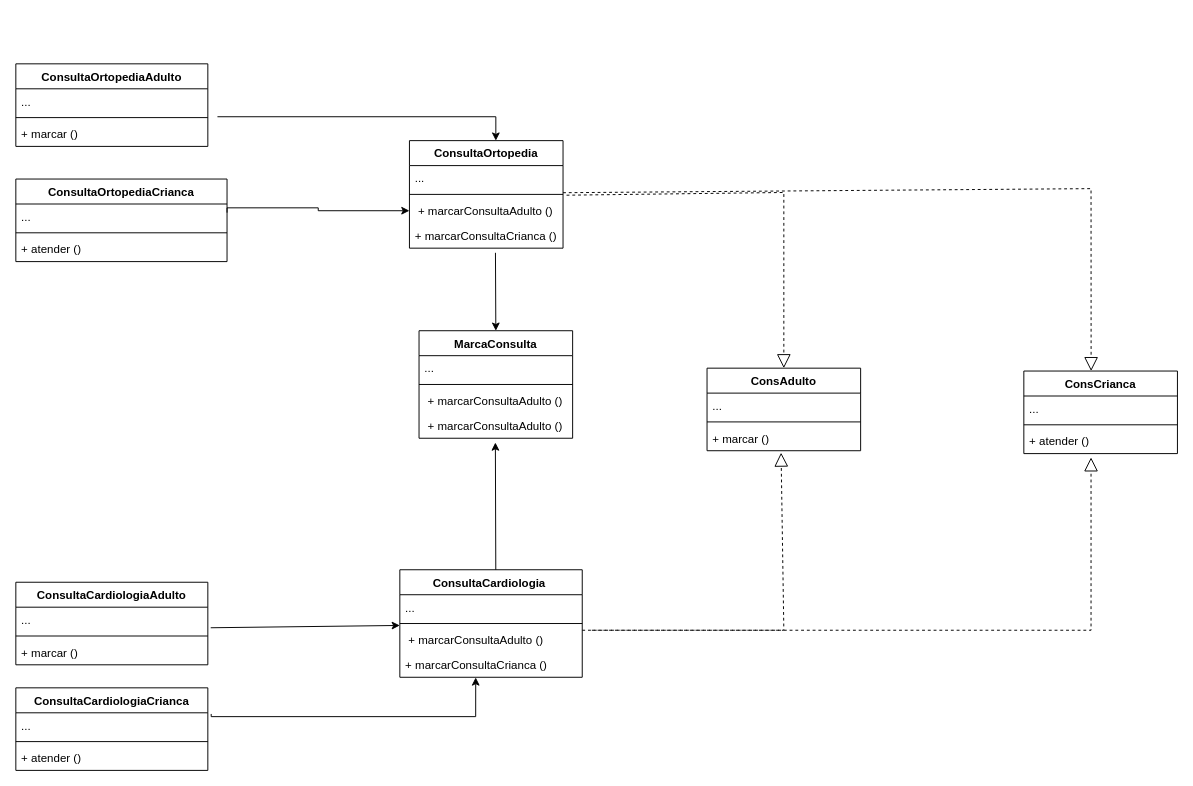
Above: Diagramas de Classe/Criação/AbstractFactory/consulta.drawio in luanvaf/Design_Patterns_AdvPrograming (draw.io), before the change. Source tidied: cells renumbered, new cells numbered last; positions are measured from the earlier drawing's top-left corner, leaving out a move shared by most shapes. Both pictures are drawn from the tidied source at 96%, with x=0, y=0 at pixel (15, 63).
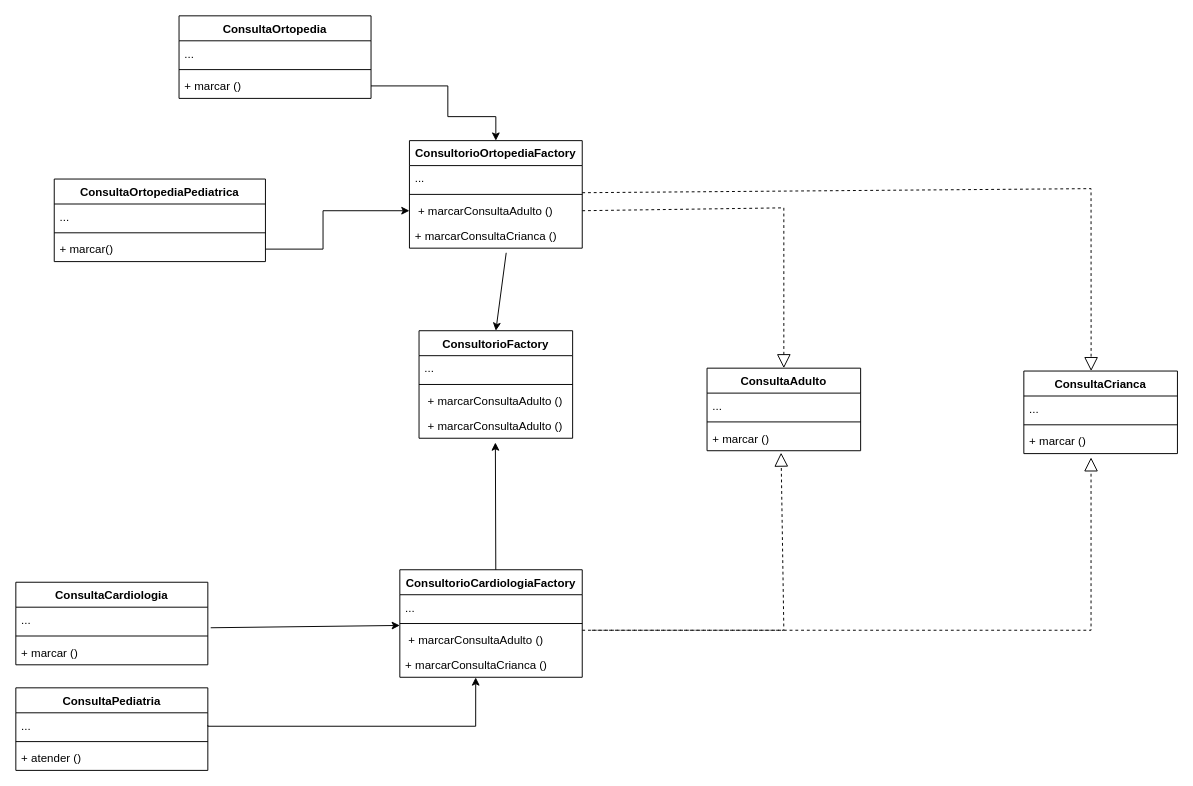
The same page after the edit.

The change refers to these unchanged cells:
```xml
<mxCell id="19" value="+ marcar ()" style="text;strokeColor=none;fillColor=none;align=left;verticalAlign=top;spacingLeft=4;spacingRight=4;overflow=hidden;points=[[0,0.5],[1,0.5]];portConstraint=eastwest;" parent="16" vertex="1">
  <mxGeometry y="60" width="200" height="26" as="geometry" />
</mxCell>
<mxCell id="25" value="..." style="text;strokeColor=none;fillColor=none;align=left;verticalAlign=top;spacingLeft=4;spacingRight=4;overflow=hidden;points=[[0,0.5],[1,0.5]];portConstraint=eastwest;" parent="24" vertex="1">
  <mxGeometry y="26" width="200" height="26" as="geometry" />
</mxCell>
<mxCell id="42" value="+ marcarConsultaCrianca ()" style="text;strokeColor=none;fillColor=none;align=left;verticalAlign=top;spacingLeft=4;spacingRight=4;overflow=hidden;points=[[0,0.5],[1,0.5]];portConstraint=eastwest;" parent="38" vertex="1">
  <mxGeometry y="86" width="190" height="26" as="geometry" />
</mxCell>
```

Diff of the diagram source:
```diff
@@
-    <mxCell id="4" style="edgeStyle=segmentEdgeStyle;endArrow=classic;html=1;rounded=0;exitX=0.969;exitY=-0.094;exitDx=0;exitDy=0;exitPerimeter=0;entryX=0.416;entryY=1.007;entryDx=0;entryDy=0;entryPerimeter=0;" parent="1" edge="1" target="42">
+    <mxCell id="4" style="edgeStyle=segmentEdgeStyle;endArrow=classic;html=1;rounded=0;entryX=0.416;entryY=1.007;entryDx=0;entryDy=0;entryPerimeter=0;exitX=1;exitY=0.5;exitDx=0;exitDy=0;" parent="1" edge="1" source="25" target="42">
       <mxGeometry relative="1" as="geometry">
-        <mxPoint x="203.5" y="677.2" as="sourcePoint" />
         <Array as="points">
-          <mxPoint x="204" y="680" />
-          <mxPoint x="479" y="680" />
+          <mxPoint x="200" y="690" />
+          <mxPoint x="479" y="690" />
         </Array>
       </mxGeometry>
     </mxCell>
@@
-    <mxCell id="6" style="edgeStyle=orthogonalEdgeStyle;rounded=0;jettySize=auto;html=1;entryX=0;entryY=0.5;entryDx=0;entryDy=0;exitX=1;exitY=0.5;exitDx=0;exitDy=0;" parent="1" edge="1" target="36">
+    <mxCell id="6" style="edgeStyle=orthogonalEdgeStyle;rounded=0;jettySize=auto;html=1;entryX=0;entryY=0.5;entryDx=0;entryDy=0;exitX=1;exitY=0.5;exitDx=0;exitDy=0;" parent="1" edge="1" source="15" target="36">
       <mxGeometry relative="1" as="geometry">
-        <mxPoint x="220" y="155" as="sourcePoint" />
         <Array as="points">
-          <mxPoint x="220" y="150" />
-          <mxPoint x="315" y="150" />
-          <mxPoint x="315" y="153" />
+          <mxPoint x="320" y="193" />
+          <mxPoint x="320" y="153" />
         </Array>
       </mxGeometry>
     </mxCell>
-    <mxCell id="7" style="edgeStyle=orthogonalEdgeStyle;rounded=0;orthogonalLoop=1;jettySize=auto;html=1;" parent="1" edge="1">
+    <mxCell id="7" style="edgeStyle=orthogonalEdgeStyle;rounded=0;jettySize=auto;html=1;exitX=1;exitY=0.5;exitDx=0;exitDy=0;" parent="1" edge="1" source="19">
       <mxGeometry relative="1" as="geometry">
-        <mxPoint x="210" y="55.1" as="sourcePoint" />
         <mxPoint x="500" y="80" as="targetPoint" />
         <Array as="points">
+          <mxPoint x="450" y="23" />
+          <mxPoint x="450" y="55" />
           <mxPoint x="500" y="55" />
         </Array>
       </mxGeometry>
     </mxCell>
@@
-    <mxCell id="10" style="endArrow=block;dashed=1;endFill=0;endSize=12;html=1;rounded=0;exitX=1.023;exitY=-0.122;exitDx=0;exitDy=0;exitPerimeter=0;entryX=0.5;entryY=0;entryDx=0;entryDy=0;" parent="1" edge="1" source="36" target="43">
+    <mxCell id="10" style="endArrow=block;dashed=1;endFill=0;endSize=12;html=1;rounded=0;exitX=1;exitY=0.5;exitDx=0;exitDy=0;entryX=0.5;entryY=0;entryDx=0;entryDy=0;" parent="1" edge="1" source="36" target="43">
       <mxGeometry relative="1" as="geometry">
         <Array as="points">
-          <mxPoint x="800" y="134" />
+          <mxPoint x="800" y="150" />
         </Array>
       </mxGeometry>
     </mxCell>
@@
-    <mxCell id="12" value="ConsultaOrtopediaCrianca" style="swimlane;fontStyle=1;align=center;verticalAlign=top;horizontal=1;startSize=26;" parent="1" vertex="1">
-      <mxGeometry y="120" width="220" height="86" as="geometry" />
+    <mxCell id="12" value="ConsultaOrtopediaPediatrica" style="swimlane;fontStyle=1;align=center;verticalAlign=top;horizontal=1;startSize=26;" parent="1" vertex="1">
+      <mxGeometry x="40" y="120" width="220" height="86" as="geometry" />
     </mxCell>
@@
-    <mxCell id="15" value="+ atender ()" style="text;strokeColor=none;fillColor=none;align=left;verticalAlign=top;spacingLeft=4;spacingRight=4;overflow=hidden;points=[[0,0.5],[1,0.5]];portConstraint=eastwest;" parent="12" vertex="1">
+    <mxCell id="15" value="+ marcar()" style="text;strokeColor=none;fillColor=none;align=left;verticalAlign=top;spacingLeft=4;spacingRight=4;overflow=hidden;points=[[0,0.5],[1,0.5]];portConstraint=eastwest;" parent="12" vertex="1">
       <mxGeometry y="60" width="220" height="26" as="geometry" />
     </mxCell>
-    <mxCell id="16" value="ConsultaOrtopediaAdulto" style="swimlane;fontStyle=1;align=center;verticalAlign=top;horizontal=1;startSize=26;" parent="1" vertex="1">
-      <mxGeometry width="200" height="86" as="geometry" />
+    <mxCell id="16" value="ConsultaOrtopedia" style="swimlane;fontStyle=1;align=center;verticalAlign=top;horizontal=1;startSize=26;" parent="1" vertex="1">
+      <mxGeometry x="170" y="-50" width="200" height="86" as="geometry" />
     </mxCell>
@@
-    <mxCell id="20" value="ConsultaCardiologiaAdulto" style="swimlane;fontStyle=1;align=center;verticalAlign=top;horizontal=1;startSize=26;" parent="1" vertex="1">
+    <mxCell id="20" value="ConsultaCardiologia" style="swimlane;fontStyle=1;align=center;verticalAlign=top;horizontal=1;startSize=26;" parent="1" vertex="1">
       <mxGeometry y="540" width="200" height="86" as="geometry" />
     </mxCell>
@@
-    <mxCell id="24" value="ConsultaCardiologiaCrianca" style="swimlane;fontStyle=1;align=center;verticalAlign=top;horizontal=1;startSize=26;" parent="1" vertex="1">
+    <mxCell id="24" value="ConsultaPediatria" style="swimlane;fontStyle=1;align=center;verticalAlign=top;horizontal=1;startSize=26;" parent="1" vertex="1">
       <mxGeometry y="650" width="200" height="86" as="geometry" />
     </mxCell>
@@
-    <mxCell id="28" value="MarcaConsulta" style="swimlane;fontStyle=1;align=center;verticalAlign=top;horizontal=1;startSize=26;" parent="1" vertex="1">
+    <mxCell id="28" value="ConsultorioFactory" style="swimlane;fontStyle=1;align=center;verticalAlign=top;horizontal=1;startSize=26;" parent="1" vertex="1">
       <mxGeometry x="420" y="278" width="160" height="112" as="geometry" />
     </mxCell>
@@
-    <mxCell id="33" value="ConsultaOrtopedia" style="swimlane;fontStyle=1;align=center;verticalAlign=top;horizontal=1;startSize=26;" parent="1" vertex="1">
-      <mxGeometry x="410" y="80" width="160" height="112" as="geometry" />
+    <mxCell id="33" value="ConsultorioOrtopediaFactory" style="swimlane;fontStyle=1;align=center;verticalAlign=top;horizontal=1;startSize=26;" parent="1" vertex="1">
+      <mxGeometry x="410" y="80" width="180" height="112" as="geometry" />
     </mxCell>
     <mxCell id="34" value="..." style="text;strokeColor=none;fillColor=none;align=left;verticalAlign=top;spacingLeft=4;spacingRight=4;overflow=hidden;points=[[0,0.5],[1,0.5]];portConstraint=eastwest;" parent="33" vertex="1">
-      <mxGeometry y="26" width="160" height="26" as="geometry" />
+      <mxGeometry y="26" width="180" height="26" as="geometry" />
     </mxCell>
     <mxCell id="35" style="line;strokeWidth=1;fillColor=none;align=left;verticalAlign=middle;spacingTop=-1;spacingLeft=3;spacingRight=3;labelPosition=right;" parent="33" vertex="1">
-      <mxGeometry y="52" width="160" height="8" as="geometry" />
+      <mxGeometry y="52" width="180" height="8" as="geometry" />
     </mxCell>
     <mxCell id="36" value=" + marcarConsultaAdulto ()" style="text;strokeColor=none;fillColor=none;align=left;verticalAlign=top;spacingLeft=4;spacingRight=4;overflow=hidden;points=[[0,0.5],[1,0.5]];portConstraint=eastwest;" parent="33" vertex="1">
-      <mxGeometry y="60" width="160" height="26" as="geometry" />
+      <mxGeometry y="60" width="180" height="26" as="geometry" />
     </mxCell>
     <mxCell id="37" value="+ marcarConsultaCrianca ()" style="text;strokeColor=none;fillColor=none;align=left;verticalAlign=top;spacingLeft=4;spacingRight=4;overflow=hidden;points=[[0,0.5],[1,0.5]];portConstraint=eastwest;" parent="33" vertex="1">
-      <mxGeometry y="86" width="160" height="26" as="geometry" />
+      <mxGeometry y="86" width="180" height="26" as="geometry" />
     </mxCell>
-    <mxCell id="38" value="ConsultaCardiologia " style="swimlane;fontStyle=1;align=center;verticalAlign=top;horizontal=1;startSize=26;" parent="1" vertex="1">
+    <mxCell id="38" value="ConsultorioCardiologiaFactory" style="swimlane;fontStyle=1;align=center;verticalAlign=top;horizontal=1;startSize=26;" parent="1" vertex="1">
       <mxGeometry x="400" y="527" width="190" height="112" as="geometry" />
     </mxCell>
@@
-    <mxCell id="43" value="ConsAdulto" style="swimlane;fontStyle=1;align=center;verticalAlign=top;horizontal=1;startSize=26;" parent="1" vertex="1">
+    <mxCell id="43" value="ConsultaAdulto" style="swimlane;fontStyle=1;align=center;verticalAlign=top;horizontal=1;startSize=26;" parent="1" vertex="1">
       <mxGeometry x="720" y="317" width="160" height="86" as="geometry" />
     </mxCell>
@@
-    <mxCell id="47" value="ConsCrianca" style="swimlane;fontStyle=1;align=center;verticalAlign=top;horizontal=1;startSize=26;" parent="1" vertex="1">
+    <mxCell id="47" value="ConsultaCrianca" style="swimlane;fontStyle=1;align=center;verticalAlign=top;horizontal=1;startSize=26;" parent="1" vertex="1">
       <mxGeometry x="1050" y="320" width="160" height="86" as="geometry" />
     </mxCell>
@@
-    <mxCell id="50" value="+ atender ()" style="text;strokeColor=none;fillColor=none;align=left;verticalAlign=top;spacingLeft=4;spacingRight=4;overflow=hidden;" parent="47" vertex="1">
+    <mxCell id="50" value="+ marcar ()" style="text;strokeColor=none;fillColor=none;align=left;verticalAlign=top;spacingLeft=4;spacingRight=4;overflow=hidden;" parent="47" vertex="1">
       <mxGeometry y="60" width="160" height="26" as="geometry" />
     </mxCell>
```
